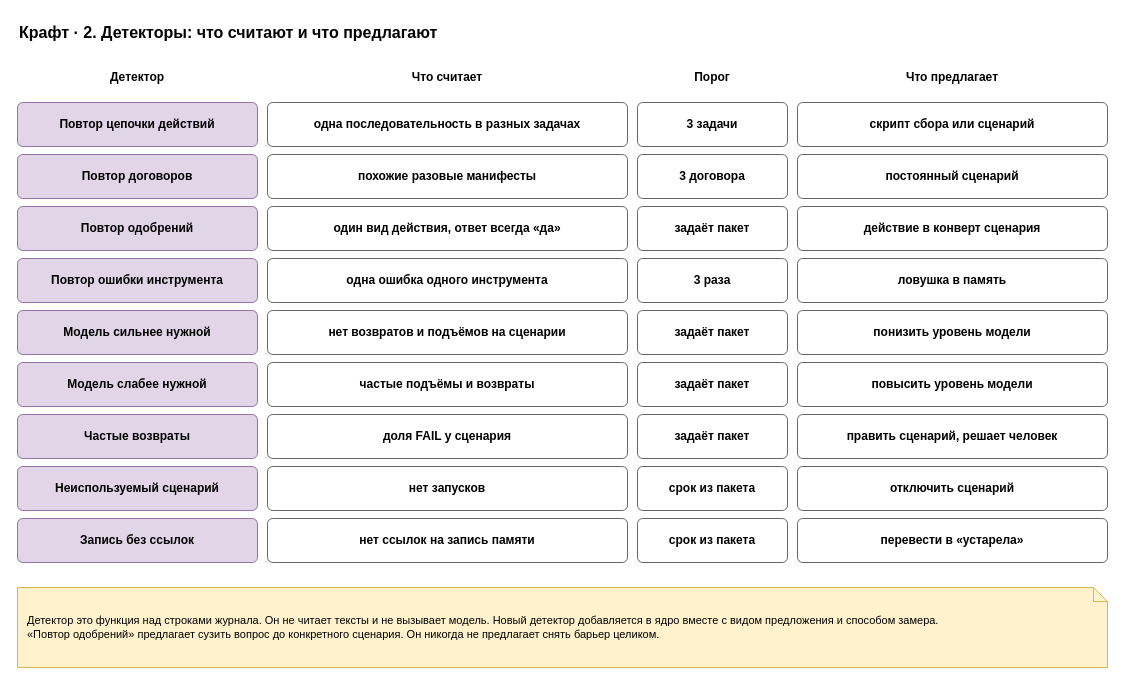
roygkov/reins keeps this draw.io diagram as page "22. Детекторы" (22 of 24) of docs/spec/harness-spec.drawio. Above is the earlier version. Source tidied: cells renumbered, new cells numbered last; positions are measured from the earlier drawing's top-left corner, leaving out a move shared by most shapes. Both pictures are drawn from the tidied source at 100%, with x=0, y=0 at pixel (17, 17).
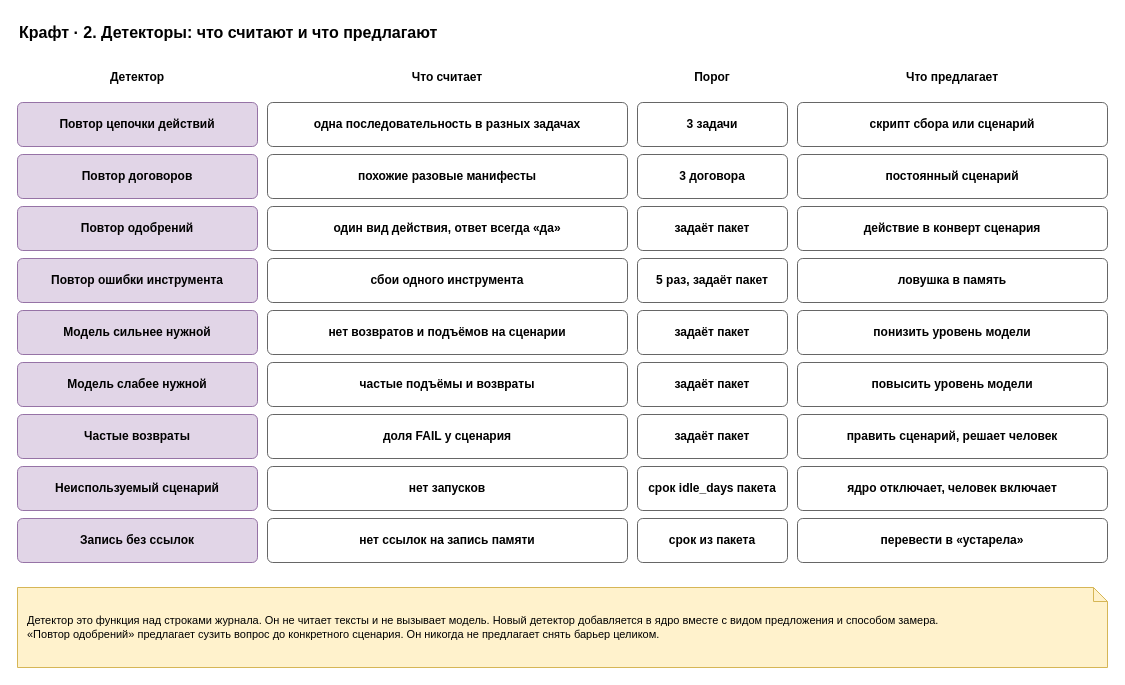
The same page after the edit.

Change to the diagram source:
```diff
@@
-    <mxCell id="20" value="&lt;b&gt;одна ошибка одного инструмента&lt;/b&gt;" style="rounded=1;whiteSpace=wrap;html=1;fillColor=#ffffff;strokeColor=#666666;arcSize=12;fontStyle=0;" parent="1" vertex="1">
+    <mxCell id="20" value="&lt;b&gt;сбои одного инструмента&lt;/b&gt;" style="rounded=1;whiteSpace=wrap;html=1;fillColor=#ffffff;strokeColor=#666666;arcSize=12;fontStyle=0;" parent="1" vertex="1">
       <mxGeometry x="250" y="241" width="360" height="44" as="geometry" />
     </mxCell>
-    <mxCell id="21" value="&lt;b&gt;3 раза&lt;/b&gt;" style="rounded=1;whiteSpace=wrap;html=1;fillColor=#ffffff;strokeColor=#666666;arcSize=12;fontStyle=0;" parent="1" vertex="1">
+    <mxCell id="21" value="&lt;b&gt;5 раз, задаёт пакет&lt;/b&gt;" style="rounded=1;whiteSpace=wrap;html=1;fillColor=#ffffff;strokeColor=#666666;arcSize=12;fontStyle=0;" parent="1" vertex="1">
       <mxGeometry x="620" y="241" width="150" height="44" as="geometry" />
     </mxCell>
@@
-    <mxCell id="37" value="&lt;b&gt;срок из пакета&lt;/b&gt;" style="rounded=1;whiteSpace=wrap;html=1;fillColor=#ffffff;strokeColor=#666666;arcSize=12;fontStyle=0;" parent="1" vertex="1">
+    <mxCell id="37" value="&lt;b&gt;срок idle_days пакета&lt;/b&gt;" style="rounded=1;whiteSpace=wrap;html=1;fillColor=#ffffff;strokeColor=#666666;arcSize=12;fontStyle=0;" parent="1" vertex="1">
       <mxGeometry x="620" y="449" width="150" height="44" as="geometry" />
     </mxCell>
-    <mxCell id="38" value="&lt;b&gt;отключить сценарий&lt;/b&gt;" style="rounded=1;whiteSpace=wrap;html=1;fillColor=#ffffff;strokeColor=#666666;arcSize=12;fontStyle=0;" parent="1" vertex="1">
+    <mxCell id="38" value="&lt;b&gt;ядро отключает, человек включает&lt;/b&gt;" style="rounded=1;whiteSpace=wrap;html=1;fillColor=#ffffff;strokeColor=#666666;arcSize=12;fontStyle=0;" parent="1" vertex="1">
       <mxGeometry x="780" y="449" width="310" height="44" as="geometry" />
     </mxCell>
```
